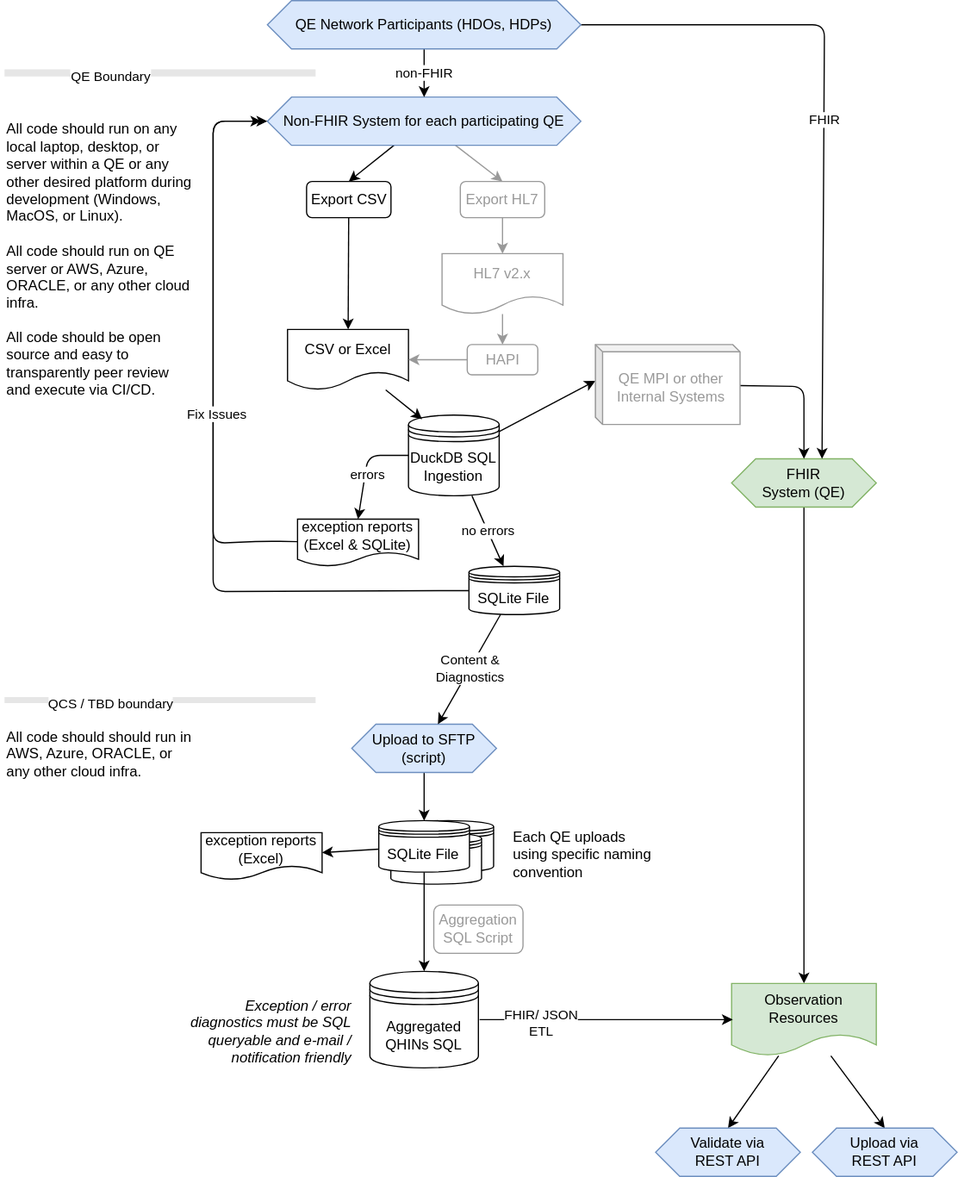
qe-collaborative-services/1115-hub keeps this draw.io diagram as support/docs/architecture.drawio.svg. Above is the earlier version. Source tidied: cells renumbered, new cells last; positions are measured from the earlier drawing's top-left corner, leaving out a move shared by most shapes.
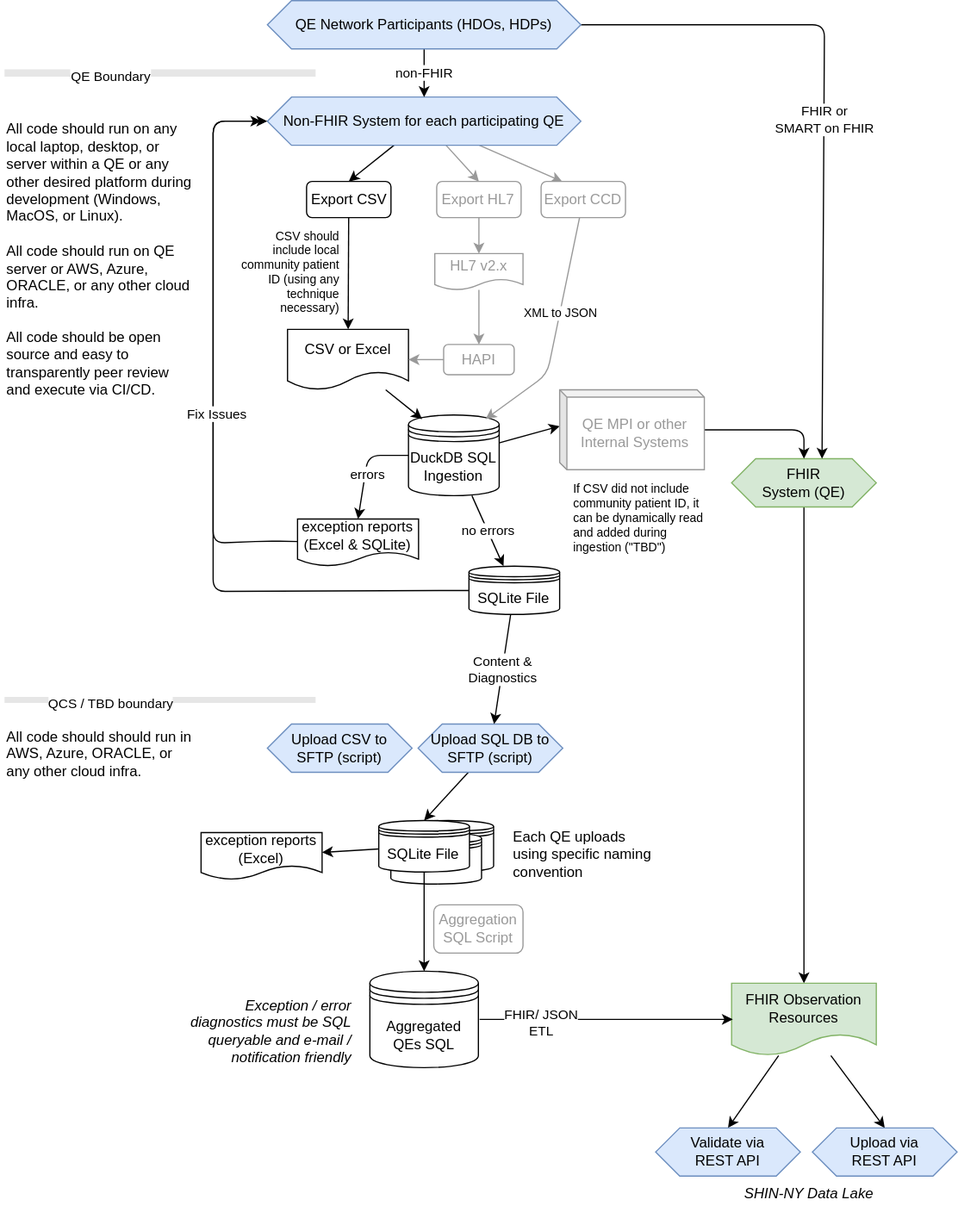
The same diagram one commit later.

Commit message:
docs: update in prep for meeting

Diff of the diagram source:
```diff
@@ -11,6 +11,9 @@
     <mxCell id="4" style="edgeStyle=none;html=1;entryX=0.5;entryY=0;entryDx=0;entryDy=0;fontColor=#999999;strokeColor=#999999;" parent="1" edge="1" source="5" target="17">
       <mxGeometry relative="1" as="geometry" />
     </mxCell>
+    <mxCell id="58" style="edgeStyle=none;html=1;entryX=0.25;entryY=0;entryDx=0;entryDy=0;fontSize=10;strokeColor=#999999;" parent="1" edge="1" source="5" target="61">
+      <mxGeometry relative="1" as="geometry" />
+    </mxCell>
     <mxCell id="5" value="Non-FHIR System for each participating QE" style="shape=hexagon;perimeter=hexagonPerimeter2;whiteSpace=wrap;html=1;fixedSize=1;fillColor=#dae8fc;strokeColor=#6c8ebf;" parent="1" vertex="1">
       <mxGeometry x="218" y="80" width="260" height="40" as="geometry" />
     </mxCell>
@@ -26,7 +29,7 @@
     <mxCell id="9" style="edgeStyle=none;html=1;entryX=0.5;entryY=0;entryDx=0;entryDy=0;strokeColor=#000000;fontColor=#999999;" parent="1" edge="1" source="10" target="52">
       <mxGeometry relative="1" as="geometry" />
     </mxCell>
-    <mxCell id="10" value="Observation Resources" style="shape=document;whiteSpace=wrap;html=1;boundedLbl=1;fillColor=#d5e8d4;strokeColor=#82b366;" parent="1" vertex="1">
+    <mxCell id="10" value="FHIR Observation Resources" style="shape=document;whiteSpace=wrap;html=1;boundedLbl=1;fillColor=#d5e8d4;strokeColor=#82b366;" parent="1" vertex="1">
       <mxGeometry x="603" y="815" width="120" height="60" as="geometry" />
     </mxCell>
     <mxCell id="11" style="edgeStyle=none;html=1;entryX=0;entryY=0.5;entryDx=0;entryDy=0;fontColor=#000000;" parent="1" edge="1">
@@ -38,7 +41,7 @@
     <mxCell id="12" value="FHIR/ JSON&lt;br&gt;ETL" style="edgeLabel;html=1;align=center;verticalAlign=middle;fontColor=#000000;" parent="11" vertex="1">
       <mxGeometry x="-0.53" y="-2" relative="1" as="geometry" />
     </mxCell>
-    <mxCell id="13" value="Aggregated QHINs SQL" style="shape=datastore;whiteSpace=wrap;html=1;" parent="1" vertex="1">
+    <mxCell id="13" value="Aggregated QEs SQL" style="shape=datastore;whiteSpace=wrap;html=1;" parent="1" vertex="1">
       <mxGeometry x="303" y="805" width="90" height="80" as="geometry" />
     </mxCell>
     <mxCell id="14" style="edgeStyle=none;html=1;fontColor=#999999;" parent="1" edge="1" source="15" target="21">
@@ -51,13 +54,13 @@
       <mxGeometry relative="1" as="geometry" />
     </mxCell>
     <mxCell id="17" value="Export HL7" style="rounded=1;whiteSpace=wrap;html=1;fontColor=#999999;strokeColor=#999999;" parent="1" vertex="1">
-      <mxGeometry x="378" y="150" width="70" height="30" as="geometry" />
+      <mxGeometry x="358.4" y="150" width="70" height="30" as="geometry" />
     </mxCell>
     <mxCell id="18" style="edgeStyle=none;html=1;entryX=0.5;entryY=0;entryDx=0;entryDy=0;fontColor=#000000;" parent="1" edge="1" source="19" target="41">
       <mxGeometry relative="1" as="geometry" />
     </mxCell>
-    <mxCell id="19" value="Upload to SFTP (script)" style="shape=hexagon;perimeter=hexagonPerimeter2;whiteSpace=wrap;html=1;fixedSize=1;fillColor=#dae8fc;strokeColor=#6c8ebf;" parent="1" vertex="1">
-      <mxGeometry x="288" y="600" width="120" height="40" as="geometry" />
+    <mxCell id="19" value="Upload SQL DB to SFTP (script)" style="shape=hexagon;perimeter=hexagonPerimeter2;whiteSpace=wrap;html=1;fixedSize=1;fillColor=#dae8fc;strokeColor=#6c8ebf;" parent="1" vertex="1">
+      <mxGeometry x="343" y="600" width="120" height="40" as="geometry" />
     </mxCell>
     <mxCell id="20" value="Validate via&lt;br&gt;REST API" style="shape=hexagon;perimeter=hexagonPerimeter2;whiteSpace=wrap;html=1;fixedSize=1;fillColor=#dae8fc;strokeColor=#6c8ebf;" parent="1" vertex="1">
       <mxGeometry x="540" y="935" width="120" height="40" as="geometry" />
@@ -66,13 +69,13 @@
       <mxGeometry x="234.7" y="272.7" width="100.3" height="50.1" as="geometry" />
     </mxCell>
     <mxCell id="22" value="HL7 v2.x" style="shape=document;whiteSpace=wrap;html=1;boundedLbl=1;fontColor=#999999;strokeColor=#999999;" parent="1" vertex="1">
-      <mxGeometry x="362.9" y="209.9" width="100.3" height="50.1" as="geometry" />
+      <mxGeometry x="356.9" y="209.9" width="73.2" height="30.1" as="geometry" />
     </mxCell>
     <mxCell id="23" style="edgeStyle=none;html=1;entryX=1;entryY=0.5;entryDx=0;entryDy=0;fontColor=#999999;strokeColor=#999999;" parent="1" edge="1" source="24" target="21">
       <mxGeometry relative="1" as="geometry" />
     </mxCell>
     <mxCell id="24" value="HAPI" style="rounded=1;whiteSpace=wrap;html=1;fontColor=#999999;strokeColor=#999999;" parent="1" vertex="1">
-      <mxGeometry x="383.7" y="285.2" width="58.5" height="25.1" as="geometry" />
+      <mxGeometry x="364.2" y="285.2" width="58.5" height="25.1" as="geometry" />
     </mxCell>
     <mxCell id="25" style="edgeStyle=none;html=1;fontColor=#999999;strokeColor=#999999;" parent="1" edge="1" source="22" target="24">
       <mxGeometry relative="1" as="geometry" />
@@ -149,7 +152,7 @@
     <mxCell id="43" value="non-FHIR" style="edgeStyle=none;html=1;fontColor=#000000;" parent="1" edge="1" source="45" target="5">
       <mxGeometry relative="1" as="geometry" />
     </mxCell>
-    <mxCell id="44" value="FHIR" style="edgeStyle=none;html=1;entryX=0.625;entryY=0;entryDx=0;entryDy=0;strokeColor=#000000;fontColor=#000000;" parent="1" edge="1" source="45" target="7">
+    <mxCell id="44" value="FHIR or&lt;br&gt;SMART on FHIR" style="edgeStyle=none;html=1;entryX=0.625;entryY=0;entryDx=0;entryDy=0;strokeColor=#000000;fontColor=#000000;" parent="1" edge="1" source="45" target="7">
       <mxGeometry relative="1" as="geometry">
         <Array as="points">
           <mxPoint x="680" y="20" />
@@ -189,12 +192,12 @@
     <mxCell id="53" style="edgeStyle=none;html=1;entryX=0.5;entryY=0;entryDx=0;entryDy=0;strokeColor=#000000;fontColor=#999999;" parent="1" edge="1" source="54" target="7">
       <mxGeometry relative="1" as="geometry">
         <Array as="points">
-          <mxPoint x="663" y="320" />
+          <mxPoint x="663" y="356" />
         </Array>
       </mxGeometry>
     </mxCell>
     <mxCell id="54" value="QE MPI or other Internal Systems" style="shape=cube;whiteSpace=wrap;html=1;boundedLbl=1;backgroundOutline=1;darkOpacity=0.05;darkOpacity2=0.1;strokeColor=#999999;fontColor=#999999;size=6;" parent="1" vertex="1">
-      <mxGeometry x="490" y="285.2" width="120" height="66.3" as="geometry" />
+      <mxGeometry x="460.4" y="322.8" width="120" height="66.3" as="geometry" />
     </mxCell>
     <mxCell id="55" value="&lt;span style=&quot;&quot;&gt;Exception / error diagnostics must be SQL queryable and e-mail / notification friendly&lt;/span&gt;" style="text;html=1;strokeColor=none;fillColor=none;align=right;verticalAlign=middle;whiteSpace=wrap;rounded=0;fontStyle=2;" parent="1" vertex="1">
       <mxGeometry x="136.7" y="825" width="153" height="60" as="geometry" />
@@ -205,5 +208,32 @@
     <mxCell id="57" value="Aggregation SQL Script" style="rounded=1;whiteSpace=wrap;html=1;fontColor=#999999;strokeColor=#999999;" parent="1" vertex="1">
       <mxGeometry x="356" y="750" width="74" height="40" as="geometry" />
     </mxCell>
+    <mxCell id="59" style="edgeStyle=none;html=1;entryX=0.85;entryY=0.05;entryDx=0;entryDy=0;entryPerimeter=0;strokeColor=#999999;fontSize=10;" parent="1" edge="1" source="61" target="28">
+      <mxGeometry relative="1" as="geometry">
+        <Array as="points">
+          <mxPoint x="450" y="310" />
+        </Array>
+      </mxGeometry>
+    </mxCell>
+    <mxCell id="60" value="XML to JSON" style="edgeLabel;html=1;align=center;verticalAlign=middle;fontSize=10;" parent="59" vertex="1">
+      <mxGeometry x="-0.18" relative="1" as="geometry">
+        <mxPoint y="-1" as="offset" />
+      </mxGeometry>
+    </mxCell>
+    <mxCell id="61" value="Export CCD" style="rounded=1;whiteSpace=wrap;html=1;fontColor=#999999;strokeColor=#999999;" parent="1" vertex="1">
+      <mxGeometry x="445" y="150" width="70" height="30" as="geometry" />
+    </mxCell>
+    <mxCell id="62" value="CSV should include local community patient ID (using any technique necessary)" style="text;html=1;strokeColor=none;fillColor=none;align=right;verticalAlign=middle;whiteSpace=wrap;rounded=0;fontColor=#000000;fontSize=10;" parent="1" vertex="1">
+      <mxGeometry x="193" y="185.1" width="87" height="79.7" as="geometry" />
+    </mxCell>
+    <mxCell id="63" value="If CSV did not include community patient ID, it can be dynamically read and added during ingestion (&quot;TBD&quot;)" style="text;html=1;strokeColor=none;fillColor=none;align=left;verticalAlign=middle;whiteSpace=wrap;rounded=0;fontColor=#000000;fontSize=10;" parent="1" vertex="1">
+      <mxGeometry x="470" y="389.4" width="110" height="79.7" as="geometry" />
+    </mxCell>
+    <mxCell id="64" value="&lt;span style=&quot;&quot;&gt;SHIN-NY Data Lake&lt;/span&gt;" style="text;html=1;strokeColor=none;fillColor=none;align=right;verticalAlign=middle;whiteSpace=wrap;rounded=0;fontStyle=2;" parent="1" vertex="1">
+      <mxGeometry x="570" y="960" width="153" height="60" as="geometry" />
+    </mxCell>
+    <mxCell id="65" value="Upload CSV to&lt;br&gt;SFTP (script)" style="shape=hexagon;perimeter=hexagonPerimeter2;whiteSpace=wrap;html=1;fixedSize=1;fillColor=#dae8fc;strokeColor=#6c8ebf;" parent="1" vertex="1">
+      <mxGeometry x="218" y="600" width="120" height="40" as="geometry" />
+    </mxCell>
   </root>
 </mxGraphModel>
```
